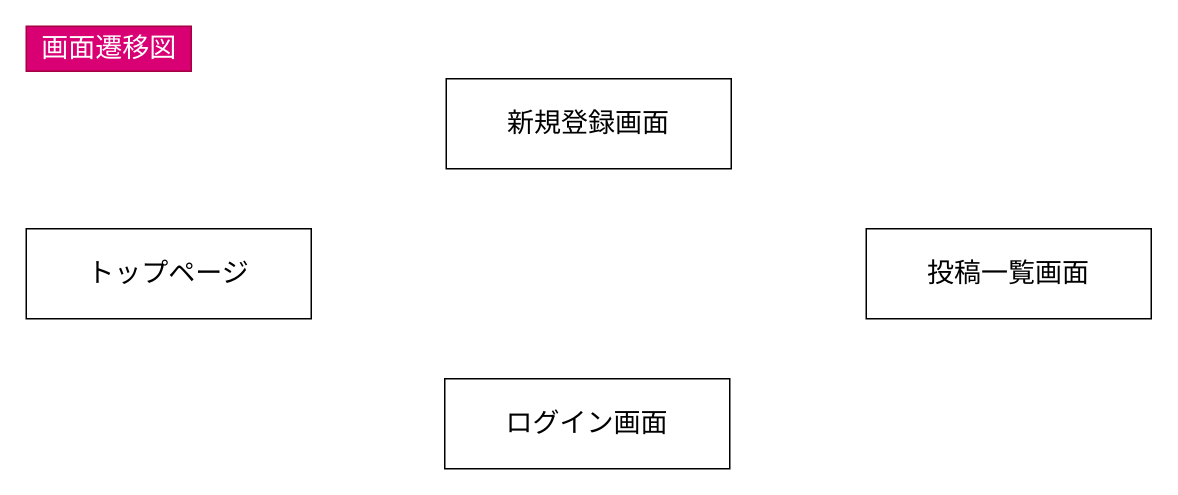
This is page "画面遷移図" (2 of 2) of ER.dio from ALBAS23/ramen_app, a draw.io file, before an edit. Source tidied: cells renumbered, new cells numbered last; positions are measured from the earlier drawing's top-left corner, leaving out a move shared by most shapes. Both pictures are drawn from the tidied source at 150%, with x=0, y=0 at pixel (26, 26).
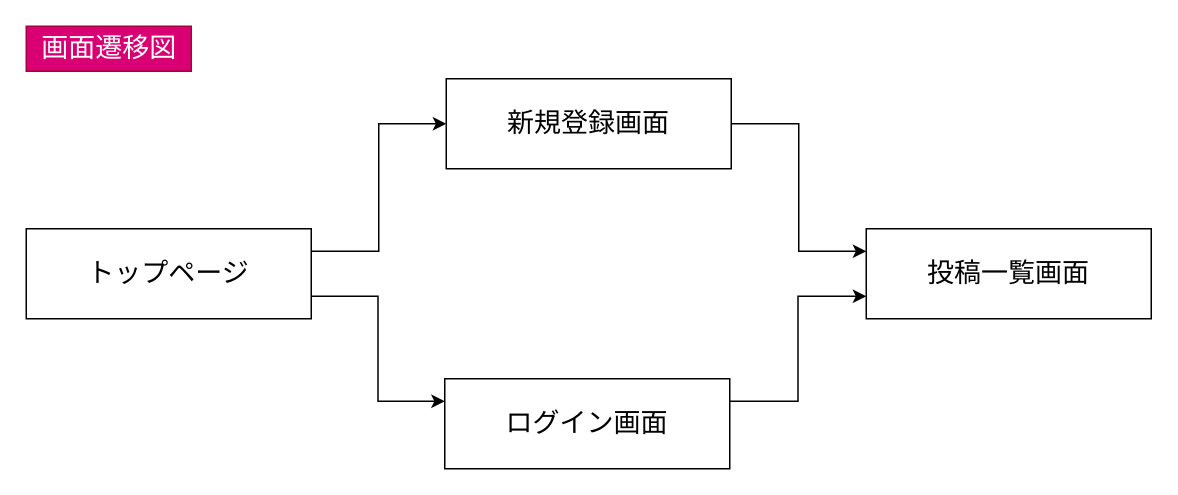
Above is the later version.

The edit, as a diff of the source:
```diff
@@
 <mxGraphModel>
   <root>
     <mxCell id="0" />
     <mxCell id="1" parent="0" />
+    <mxCell id="7" style="edgeStyle=orthogonalEdgeStyle;rounded=0;jettySize=auto;html=1;exitX=1;exitY=0.25;exitDx=0;exitDy=0;entryX=0;entryY=0.5;entryDx=0;entryDy=0;" parent="1" edge="1" source="2" target="3">
+      <mxGeometry relative="1" as="geometry" />
+    </mxCell>
+    <mxCell id="8" style="edgeStyle=orthogonalEdgeStyle;rounded=0;jettySize=auto;html=1;exitX=1;exitY=0.75;exitDx=0;exitDy=0;entryX=0;entryY=0.25;entryDx=0;entryDy=0;" parent="1" edge="1" source="2" target="4">
+      <mxGeometry relative="1" as="geometry" />
+    </mxCell>
     <mxCell id="2" value="&lt;font style=&quot;font-size: 18px&quot;&gt;トップページ&lt;/font&gt;" style="whiteSpace=wrap;html=1;" parent="1" vertex="1">
       <mxGeometry y="135" width="190" height="60" as="geometry" />
     </mxCell>
+    <mxCell id="9" style="edgeStyle=orthogonalEdgeStyle;rounded=0;jettySize=auto;html=1;exitX=1;exitY=0.5;exitDx=0;exitDy=0;entryX=0;entryY=0.25;entryDx=0;entryDy=0;" parent="1" edge="1" source="3" target="5">
+      <mxGeometry relative="1" as="geometry" />
+    </mxCell>
     <mxCell id="3" value="&lt;font style=&quot;font-size: 18px&quot;&gt;新規登録画面&lt;/font&gt;" style="whiteSpace=wrap;html=1;" parent="1" vertex="1">
       <mxGeometry x="280" y="35" width="190" height="60" as="geometry" />
     </mxCell>
+    <mxCell id="10" style="edgeStyle=orthogonalEdgeStyle;rounded=0;jettySize=auto;html=1;exitX=1;exitY=0.25;exitDx=0;exitDy=0;entryX=0;entryY=0.75;entryDx=0;entryDy=0;" parent="1" edge="1" source="4" target="5">
+      <mxGeometry relative="1" as="geometry" />
+    </mxCell>
     <mxCell id="4" value="&lt;font style=&quot;font-size: 18px&quot;&gt;ログイン画面&lt;/font&gt;" style="whiteSpace=wrap;html=1;" parent="1" vertex="1">
       <mxGeometry x="279" y="235" width="190" height="60" as="geometry" />
     </mxCell>
     <mxCell id="5" value="&lt;font style=&quot;font-size: 18px&quot;&gt;投稿一覧画面&lt;/font&gt;" style="whiteSpace=wrap;html=1;" parent="1" vertex="1">
       <mxGeometry x="560" y="135" width="190" height="60" as="geometry" />
     </mxCell>
     <mxCell id="6" value="画面遷移図" style="text;html=1;align=center;verticalAlign=middle;fillColor=#d80073;strokeColor=#A50040;fontColor=#ffffff;fontSize=18;" parent="1" vertex="1">
       <mxGeometry width="110" height="30" as="geometry" />
     </mxCell>
   </root>
 </mxGraphModel>
```
